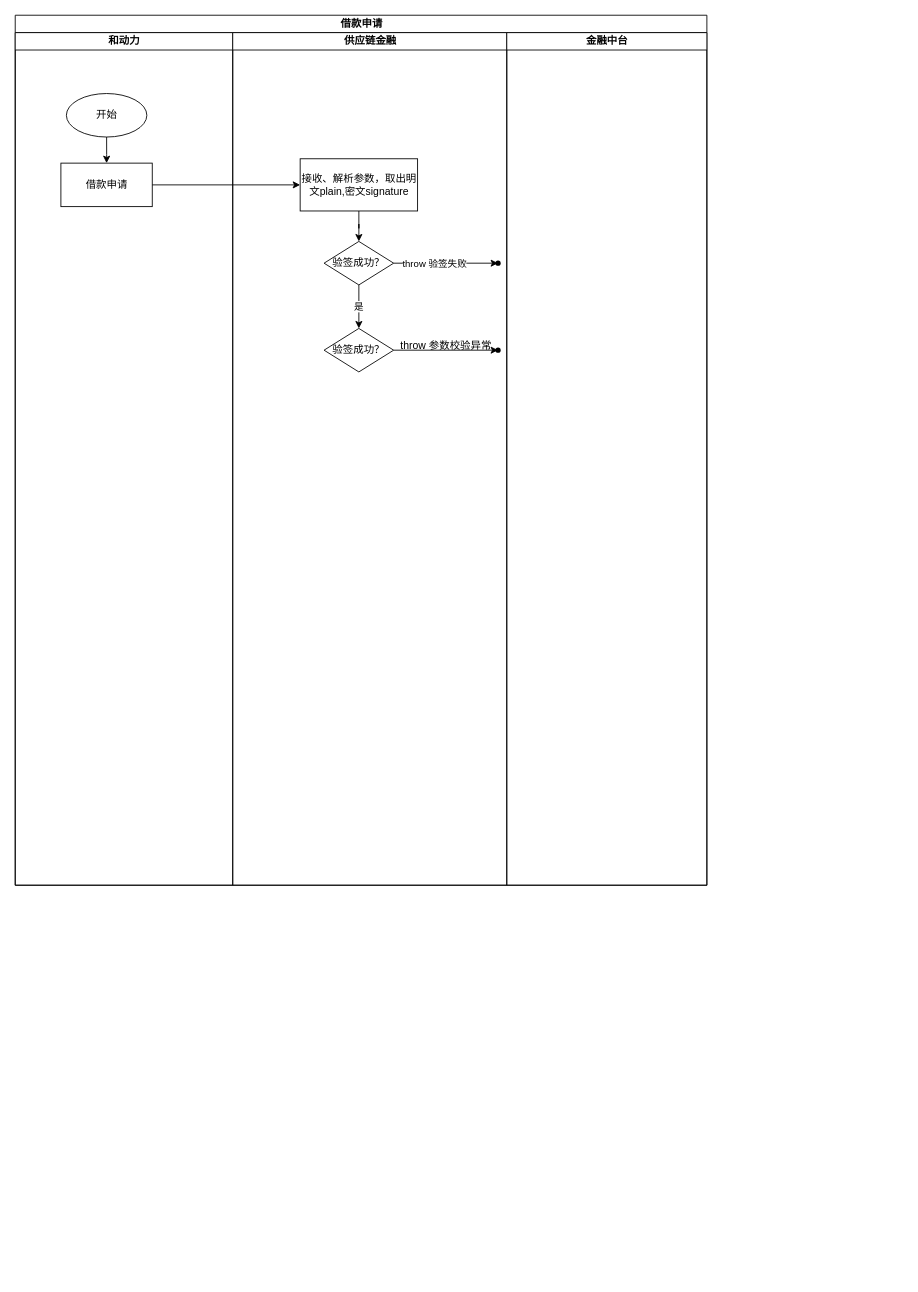
Earlier version of the draw.io diagram page "借款申请" (3 of 7) of drawio/网商贷.drawio (hezhuma/image-repo). Source tidied: cells renumbered, new cells numbered last; positions are measured from the earlier drawing's top-left corner, leaving out a move shared by most shapes. Both pictures are drawn from the tidied source at 87%, with x=0, y=0 at pixel (15, 15).
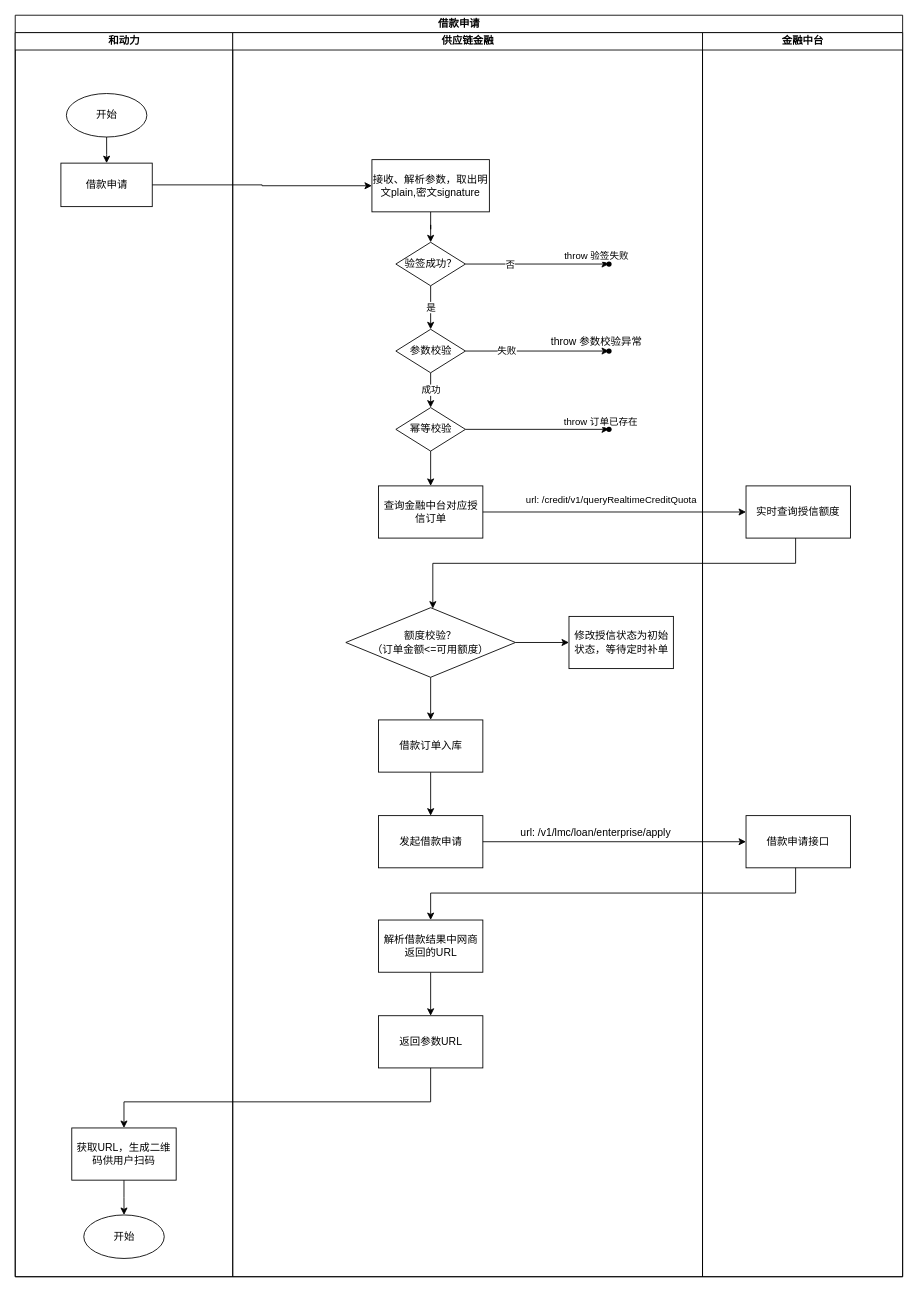
Above is the later version.

The change refers to these unchanged cells:
```xml
<mxCell id="11" style="edgeStyle=orthogonalEdgeStyle;rounded=0;jettySize=auto;html=1;" parent="7" edge="1" source="13" target="14">
  <mxGeometry relative="1" as="geometry" />
</mxCell>
<mxCell id="15" style="edgeStyle=orthogonalEdgeStyle;rounded=0;jettySize=auto;html=1;" parent="7" edge="1" source="16" target="17">
  <mxGeometry relative="1" as="geometry" />
</mxCell>
```

The edit, as a diff of the source:
```diff
@@
     <mxCell id="2" value="借款申请" style="swimlane;html=1;startSize=20;" parent="1" vertex="1">
-      <mxGeometry width="795" height="1000" as="geometry" />
+      <mxGeometry width="1020" height="1450" as="geometry" />
     </mxCell>
     <mxCell id="3" value="和动力" style="swimlane;html=1;startSize=20;" parent="2" vertex="1">
-      <mxGeometry y="20" width="250" height="980" as="geometry" />
+      <mxGeometry y="20" width="250" height="1430" as="geometry" />
     </mxCell>
@@
+    <mxCell id="21" style="edgeStyle=orthogonalEdgeStyle;rounded=0;jettySize=auto;html=1;entryX=0.5;entryY=0;entryDx=0;entryDy=0;" parent="3" edge="1" source="22" target="23">
+      <mxGeometry relative="1" as="geometry" />
+    </mxCell>
+    <mxCell id="22" value="获取URL，生成二维码供用户扫码" style="whiteSpace=wrap;html=1;" parent="3" vertex="1">
+      <mxGeometry x="65" y="1259" width="120" height="60" as="geometry" />
+    </mxCell>
+    <mxCell id="23" value="开始" style="ellipse;whiteSpace=wrap;html=1;" parent="3" vertex="1">
+      <mxGeometry x="78.8" y="1359" width="92.5" height="50" as="geometry" />
+    </mxCell>
     <mxCell id="7" value="供应链金融" style="swimlane;html=1;startSize=20;" parent="2" vertex="1">
-      <mxGeometry x="250" y="20" width="315" height="980" as="geometry" />
+      <mxGeometry x="250" y="20" width="540" height="1430" as="geometry" />
     </mxCell>
@@
     <mxCell id="9" value="接收、解析参数，取出明文plain,密文signature" style="whiteSpace=wrap;html=1;" parent="7" vertex="1">
-      <mxGeometry x="77.5" y="145" width="135" height="60" as="geometry" />
+      <mxGeometry x="160" y="146" width="135" height="60" as="geometry" />
     </mxCell>
     <mxCell id="10" value="是" style="edgeStyle=orthogonalEdgeStyle;rounded=0;jettySize=auto;html=1;" parent="7" edge="1" source="13">
       <mxGeometry relative="1" as="geometry">
-        <mxPoint x="145" y="340" as="targetPoint" />
+        <mxPoint x="227.5" y="341" as="targetPoint" />
       </mxGeometry>
     </mxCell>
@@
     <mxCell id="12" value="throw 验签失败" style="edgeLabel;html=1;align=center;verticalAlign=middle;" parent="11" vertex="1">
-      <mxGeometry x="-0.23" relative="1" as="geometry" />
+      <mxGeometry x="-0.23" relative="1" as="geometry">
+        <mxPoint x="86" y="-10" as="offset" />
+      </mxGeometry>
     </mxCell>
+    <mxCell id="24" value="否" style="edgeLabel;html=1;align=center;verticalAlign=middle;" parent="11" vertex="1">
+      <mxGeometry x="-0.38" relative="1" as="geometry" />
+    </mxCell>
     <mxCell id="13" value="验签成功？" style="rhombus;whiteSpace=wrap;html=1;" parent="7" vertex="1">
-      <mxGeometry x="105" y="240" width="80" height="50" as="geometry" />
+      <mxGeometry x="187.5" y="241" width="80" height="50" as="geometry" />
     </mxCell>
     <mxCell id="14" style="shape=waypoint;sketch=0;size=6;points=[];fillColor=default;perimeter=centerPerimeter;snapToPoint=1;" parent="7" vertex="1">
-      <mxGeometry x="295" y="255" width="20" height="20" as="geometry" />
+      <mxGeometry x="422.5" y="256" width="20" height="20" as="geometry" />
     </mxCell>
@@
+    <mxCell id="25" value="失败" style="edgeLabel;html=1;align=center;verticalAlign=middle;" parent="15" vertex="1">
+      <mxGeometry x="-0.43" y="1" relative="1" as="geometry" />
+    </mxCell>
+    <mxCell id="26" value="成功" style="edgeStyle=orthogonalEdgeStyle;rounded=0;jettySize=auto;html=1;" parent="7" edge="1" source="16" target="30">
+      <mxGeometry relative="1" as="geometry" />
+    </mxCell>
-    <mxCell id="16" value="验签成功？" style="rhombus;whiteSpace=wrap;html=1;" parent="7" vertex="1">
-      <mxGeometry x="105" y="340" width="80" height="50" as="geometry" />
+    <mxCell id="16" value="参数校验" style="rhombus;whiteSpace=wrap;html=1;" parent="7" vertex="1">
+      <mxGeometry x="187.5" y="341" width="80" height="50" as="geometry" />
     </mxCell>
     <mxCell id="17" style="shape=waypoint;sketch=0;size=6;points=[];fillColor=default;perimeter=centerPerimeter;snapToPoint=1;" parent="7" vertex="1">
-      <mxGeometry x="295" y="355" width="20" height="20" as="geometry" />
+      <mxGeometry x="422.5" y="356" width="20" height="20" as="geometry" />
     </mxCell>
     <mxCell id="18" value="throw 参数校验异常" style="text;html=1;align=center;verticalAlign=middle;strokeColor=none;fillColor=none;" parent="7" vertex="1">
-      <mxGeometry x="180" y="345" width="130" height="30" as="geometry" />
+      <mxGeometry x="352.5" y="341" width="130" height="30" as="geometry" />
     </mxCell>
+    <mxCell id="27" style="edgeStyle=orthogonalEdgeStyle;rounded=0;jettySize=auto;html=1;" parent="7" edge="1" source="30" target="31">
+      <mxGeometry relative="1" as="geometry" />
+    </mxCell>
+    <mxCell id="28" value="throw 订单已存在" style="edgeLabel;html=1;align=center;verticalAlign=middle;" parent="27" vertex="1">
+      <mxGeometry x="-0.42" y="2" relative="1" as="geometry">
+        <mxPoint x="107" y="-8" as="offset" />
+      </mxGeometry>
+    </mxCell>
+    <mxCell id="29" style="edgeStyle=orthogonalEdgeStyle;rounded=0;jettySize=auto;html=1;" parent="7" edge="1" source="30" target="32">
+      <mxGeometry relative="1" as="geometry" />
+    </mxCell>
+    <mxCell id="30" value="幂等校验" style="rhombus;whiteSpace=wrap;html=1;" parent="7" vertex="1">
+      <mxGeometry x="187.5" y="431" width="80" height="50" as="geometry" />
+    </mxCell>
+    <mxCell id="31" style="shape=waypoint;sketch=0;size=6;points=[];fillColor=default;perimeter=centerPerimeter;snapToPoint=1;" parent="7" vertex="1">
+      <mxGeometry x="422.5" y="446" width="20" height="20" as="geometry" />
+    </mxCell>
+    <mxCell id="32" value="查询金融中台对应授信订单" style="whiteSpace=wrap;html=1;" parent="7" vertex="1">
+      <mxGeometry x="167.5" y="521" width="120" height="60" as="geometry" />
+    </mxCell>
+    <mxCell id="33" style="edgeStyle=orthogonalEdgeStyle;rounded=0;jettySize=auto;html=1;" parent="7" edge="1" source="35" target="37">
+      <mxGeometry relative="1" as="geometry" />
+    </mxCell>
+    <mxCell id="34" style="edgeStyle=orthogonalEdgeStyle;rounded=0;jettySize=auto;html=1;" parent="7" edge="1" source="35" target="42">
+      <mxGeometry relative="1" as="geometry" />
+    </mxCell>
+    <mxCell id="35" value="额度校验？&lt;br&gt;（订单金额&amp;lt;=可用额度）" style="rhombus;whiteSpace=wrap;html=1;" parent="7" vertex="1">
+      <mxGeometry x="130" y="661" width="195" height="80" as="geometry" />
+    </mxCell>
+    <mxCell id="36" value="发起借款申请" style="whiteSpace=wrap;html=1;" parent="7" vertex="1">
+      <mxGeometry x="167.5" y="900" width="120" height="60" as="geometry" />
+    </mxCell>
+    <mxCell id="37" value="修改授信状态为初始状态，等待定时补单" style="whiteSpace=wrap;html=1;" parent="7" vertex="1">
+      <mxGeometry x="386.5" y="671" width="120" height="60" as="geometry" />
+    </mxCell>
+    <mxCell id="38" style="edgeStyle=orthogonalEdgeStyle;rounded=0;jettySize=auto;html=1;" parent="7" edge="1" source="39" target="40">
+      <mxGeometry relative="1" as="geometry" />
+    </mxCell>
+    <mxCell id="39" value="解析借款结果中网商返回的URL" style="whiteSpace=wrap;html=1;" parent="7" vertex="1">
+      <mxGeometry x="167.5" y="1020" width="120" height="60" as="geometry" />
+    </mxCell>
+    <mxCell id="40" value="返回参数URL" style="whiteSpace=wrap;html=1;" parent="7" vertex="1">
+      <mxGeometry x="167.5" y="1130" width="120" height="60" as="geometry" />
+    </mxCell>
+    <mxCell id="41" style="edgeStyle=orthogonalEdgeStyle;rounded=0;jettySize=auto;html=1;" parent="7" edge="1" source="42" target="36">
+      <mxGeometry relative="1" as="geometry" />
+    </mxCell>
+    <mxCell id="42" value="借款订单入库" style="whiteSpace=wrap;html=1;" parent="7" vertex="1">
+      <mxGeometry x="167.5" y="790" width="120" height="60" as="geometry" />
+    </mxCell>
     <mxCell id="19" value="金融中台" style="swimlane;html=1;startSize=20;" parent="2" vertex="1">
-      <mxGeometry x="565" y="20" width="230" height="980" as="geometry" />
+      <mxGeometry x="790" y="20" width="230" height="1430" as="geometry" />
     </mxCell>
+    <mxCell id="43" value="实时查询授信额度" style="whiteSpace=wrap;html=1;" parent="19" vertex="1">
+      <mxGeometry x="50" y="521" width="120" height="60" as="geometry" />
+    </mxCell>
+    <mxCell id="44" value="借款申请接口" style="whiteSpace=wrap;html=1;" parent="19" vertex="1">
+      <mxGeometry x="50" y="900" width="120" height="60" as="geometry" />
+    </mxCell>
@@
+    <mxCell id="45" style="edgeStyle=orthogonalEdgeStyle;rounded=0;jettySize=auto;html=1;" parent="2" edge="1" source="32" target="43">
+      <mxGeometry relative="1" as="geometry" />
+    </mxCell>
+    <mxCell id="46" value="url: /credit/v1/queryRealtimeCreditQuota" style="edgeLabel;html=1;align=center;verticalAlign=middle;" parent="45" vertex="1">
+      <mxGeometry x="-0.09" y="2" relative="1" as="geometry">
+        <mxPoint x="9" y="-13" as="offset" />
+      </mxGeometry>
+    </mxCell>
+    <mxCell id="47" style="edgeStyle=orthogonalEdgeStyle;rounded=0;jettySize=auto;html=1;" parent="2" edge="1" source="43" target="35">
+      <mxGeometry relative="1" as="geometry">
+        <Array as="points">
+          <mxPoint x="897" y="630" />
+          <mxPoint x="480" y="630" />
+        </Array>
+      </mxGeometry>
+    </mxCell>
+    <mxCell id="48" style="edgeStyle=orthogonalEdgeStyle;rounded=0;jettySize=auto;html=1;" parent="2" edge="1" source="36" target="44">
+      <mxGeometry relative="1" as="geometry" />
+    </mxCell>
+    <mxCell id="49" style="edgeStyle=orthogonalEdgeStyle;rounded=0;jettySize=auto;html=1;entryX=0.5;entryY=0;entryDx=0;entryDy=0;" parent="2" edge="1" source="44" target="39">
+      <mxGeometry relative="1" as="geometry">
+        <Array as="points">
+          <mxPoint x="897" y="1009" />
+          <mxPoint x="477" y="1009" />
+        </Array>
+      </mxGeometry>
+    </mxCell>
+    <mxCell id="50" style="edgeStyle=orthogonalEdgeStyle;rounded=0;jettySize=auto;html=1;exitX=0.5;exitY=1;exitDx=0;exitDy=0;" parent="2" edge="1" source="40" target="22">
+      <mxGeometry relative="1" as="geometry">
+        <Array as="points">
+          <mxPoint x="478" y="1249" />
+          <mxPoint x="125" y="1249" />
+        </Array>
+      </mxGeometry>
+    </mxCell>
+    <mxCell id="51" value="url: /v1/lmc/loan/enterprise/apply" style="text;html=1;align=center;verticalAlign=middle;strokeColor=none;fillColor=none;" parent="1" vertex="1">
+      <mxGeometry x="566.5" y="925" width="200" height="30" as="geometry" />
+    </mxCell>
```
